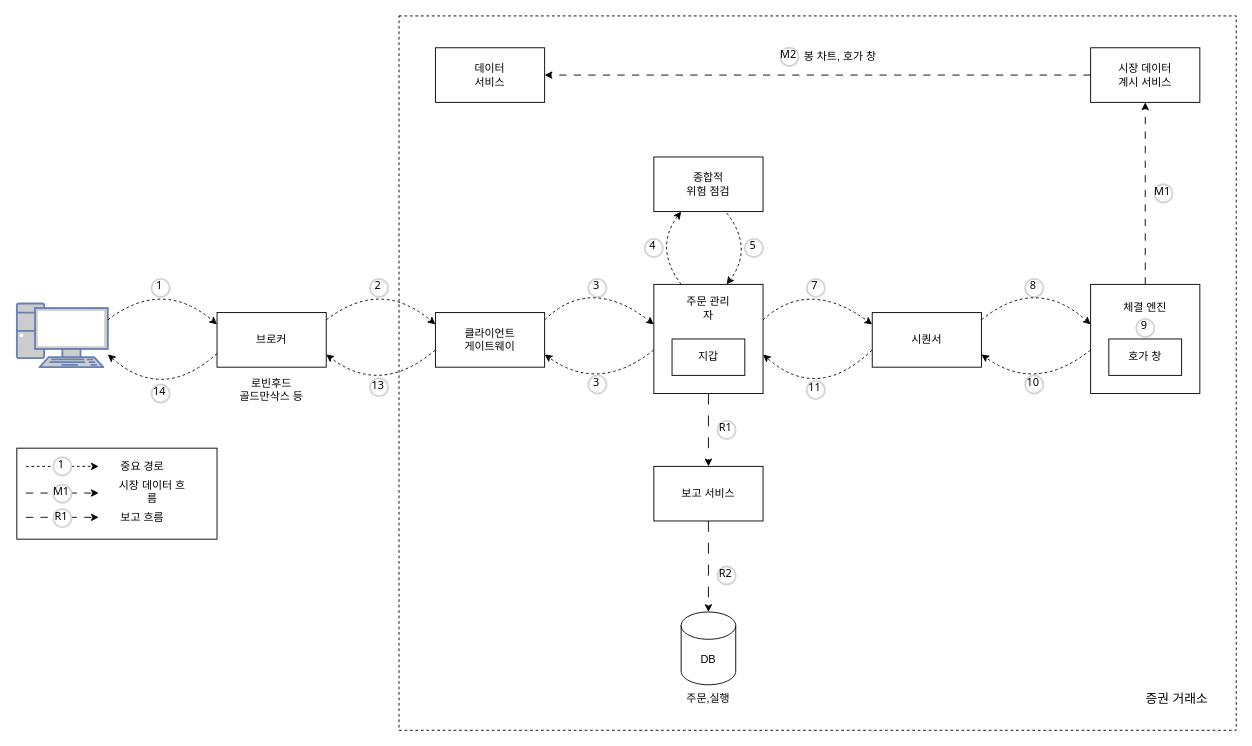
Lavelee954/architecture keeps this draw.io diagram as page "FIX" (2 of 2) of quant.drawio. Above is the earlier version. Source tidied: cells renumbered, new cells numbered last; positions are measured from the earlier drawing's top-left corner, leaving out a move shared by most shapes. Both pictures are drawn from the tidied source at 91%, with x=0, y=0 at pixel (16, 15).
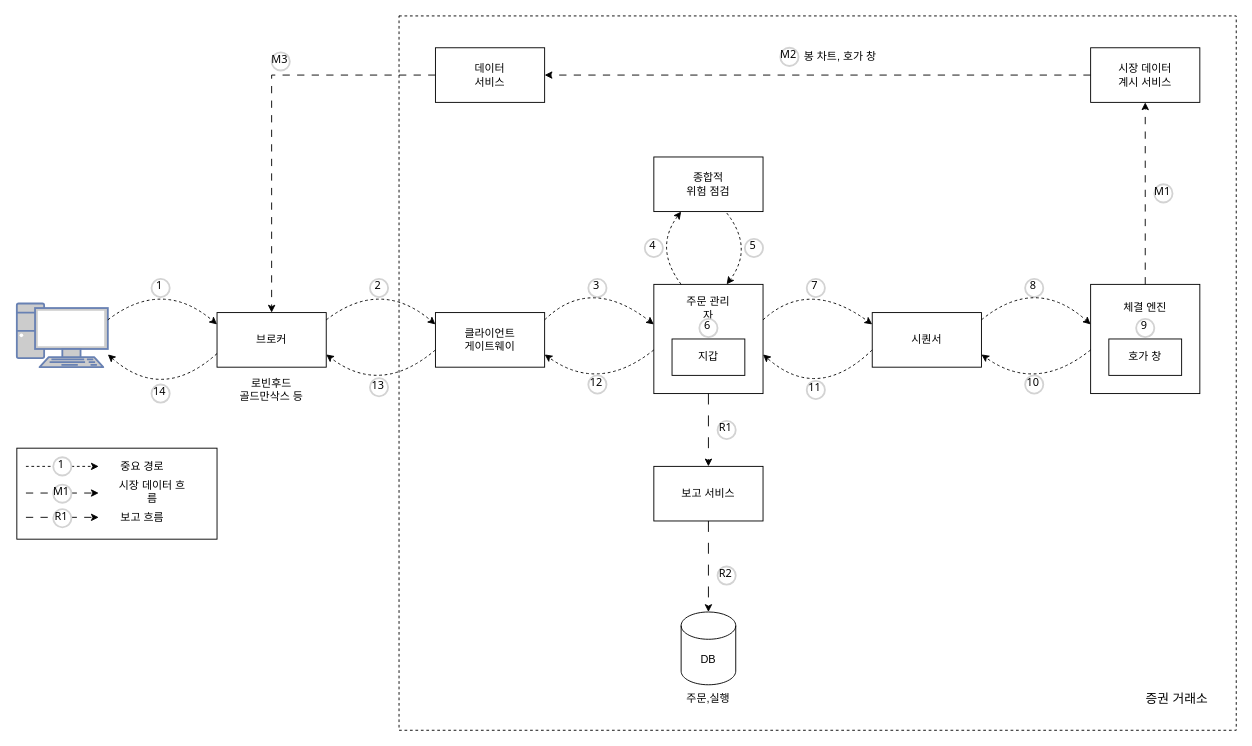
Above is the later version.

Unchanged cells that the change refers to:
```xml
<mxCell id="4" value="브로커" style="rounded=0;whiteSpace=wrap;html=1;" parent="1" vertex="1">
  <mxGeometry x="220" y="326" width="120" height="60" as="geometry" />
</mxCell>
<mxCell id="19" value="데이터&lt;br&gt;서비스" style="rounded=0;whiteSpace=wrap;html=1;" parent="1" vertex="1">
  <mxGeometry x="460" y="35" width="120" height="60" as="geometry" />
</mxCell>
```

The edit, as a diff of the source:
```diff
@@
+    <mxCell id="68" style="edgeStyle=orthogonalEdgeStyle;rounded=0;jettySize=auto;html=1;exitX=0;exitY=0.5;exitDx=0;exitDy=0;entryX=0.5;entryY=0;entryDx=0;entryDy=0;dashed=1;dashPattern=8 8;flowAnimation=1;" parent="1" edge="1" source="19" target="4">
+      <mxGeometry relative="1" as="geometry" />
+    </mxCell>
@@
-    <mxCell id="41" value="3" style="ellipse;whiteSpace=wrap;html=1;strokeWidth=2;fontFamily=Tahoma;spacingBottom=4;spacingRight=2;strokeColor=#d3d3d3;" parent="1" vertex="1">
+    <mxCell id="41" value="12" style="ellipse;whiteSpace=wrap;html=1;strokeWidth=2;fontFamily=Tahoma;spacingBottom=4;spacingRight=2;strokeColor=#d3d3d3;" parent="1" vertex="1">
       <mxGeometry x="628" y="395" width="20" height="20" as="geometry" />
     </mxCell>
@@
+    <mxCell id="69" value="M3" style="ellipse;whiteSpace=wrap;html=1;strokeWidth=2;fontFamily=Tahoma;spacingBottom=4;spacingRight=2;strokeColor=#d3d3d3;" parent="1" vertex="1">
+      <mxGeometry x="280" y="40" width="20" height="20" as="geometry" />
+    </mxCell>
+    <mxCell id="70" value="6" style="ellipse;whiteSpace=wrap;html=1;strokeWidth=2;fontFamily=Tahoma;spacingBottom=4;spacingRight=2;strokeColor=#d3d3d3;" parent="1" vertex="1">
+      <mxGeometry x="750" y="333" width="20" height="20" as="geometry" />
+    </mxCell>
```
